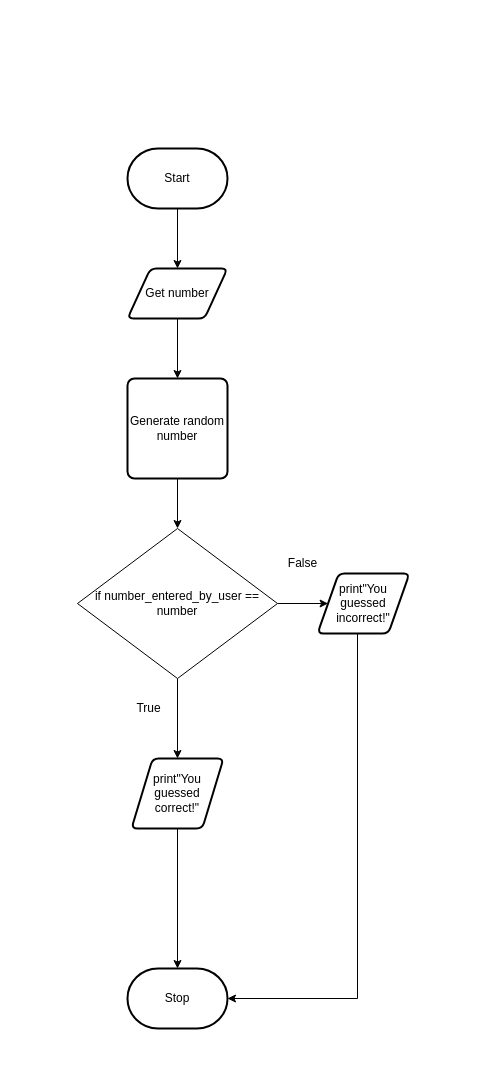
michael-clermont1/ICS3U-Unit3-06-Python keeps this draw.io diagram as flowchart.drawio. Above is the earlier version. Source tidied: cells renumbered, new cells numbered last; positions are measured from the earlier drawing's top-left corner, leaving out a move shared by most shapes. Both pictures are drawn from the tidied source at 100%, with x=0, y=0 at pixel (77, 148).
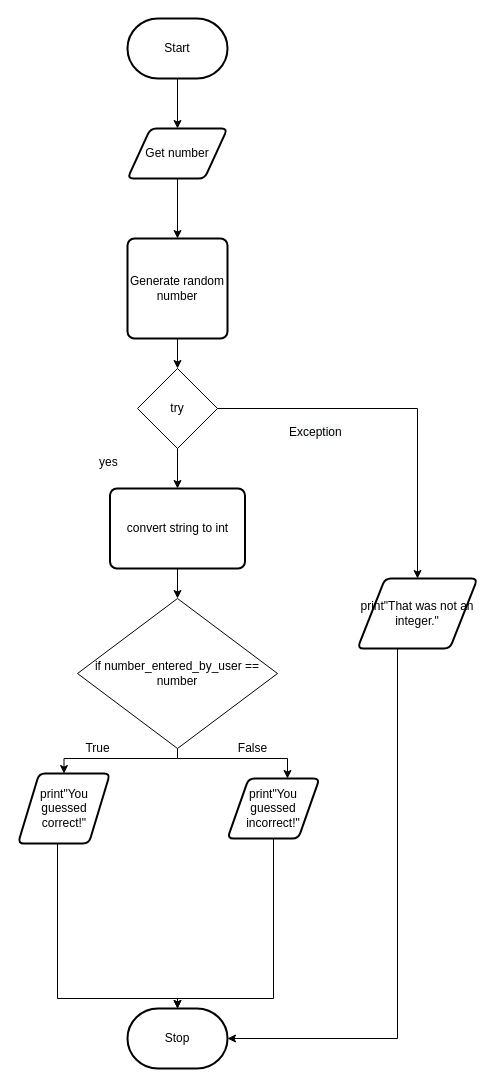
The same page after the edit.

The edit, as a diff of the source:
```diff
@@
     <mxCell id="3" value="Get number" style="shape=parallelogram;html=1;strokeWidth=2;perimeter=parallelogramPerimeter;whiteSpace=wrap;rounded=1;arcSize=12;size=0.23;" parent="1" vertex="1">
-      <mxGeometry x="50" y="120" width="100" height="50" as="geometry" />
+      <mxGeometry x="50" y="-20" width="100" height="50" as="geometry" />
     </mxCell>
-    <mxCell id="4" style="edgeStyle=orthogonalEdgeStyle;rounded=0;html=1;entryX=0.5;entryY=0;entryDx=0;entryDy=0;" parent="1" edge="1" source="5" target="3">
+    <mxCell id="4" style="edgeStyle=none;html=1;entryX=0.5;entryY=0;entryDx=0;entryDy=0;" parent="1" edge="1" source="5" target="3">
       <mxGeometry relative="1" as="geometry" />
     </mxCell>
     <mxCell id="5" value="Start" style="strokeWidth=2;html=1;shape=mxgraph.flowchart.terminator;whiteSpace=wrap;" parent="1" vertex="1">
-      <mxGeometry x="50" width="100" height="60" as="geometry" />
+      <mxGeometry x="50" y="-130" width="100" height="60" as="geometry" />
     </mxCell>
     <mxCell id="6" value="Stop" style="strokeWidth=2;html=1;shape=mxgraph.flowchart.terminator;whiteSpace=wrap;" parent="1" vertex="1">
-      <mxGeometry x="50" y="820" width="100" height="60" as="geometry" />
+      <mxGeometry x="50" y="860" width="100" height="60" as="geometry" />
     </mxCell>
     <mxCell id="7" style="edgeStyle=orthogonalEdgeStyle;rounded=0;html=1;entryX=0.5;entryY=0;entryDx=0;entryDy=0;entryPerimeter=0;" parent="1" edge="1" source="8" target="6">
-      <mxGeometry relative="1" as="geometry" />
+      <mxGeometry relative="1" as="geometry">
+        <Array as="points">
+          <mxPoint x="-20" y="850" />
+          <mxPoint x="100" y="850" />
+        </Array>
+      </mxGeometry>
     </mxCell>
     <mxCell id="8" value="print&quot;You guessed correct!&quot;" style="shape=parallelogram;html=1;strokeWidth=2;perimeter=parallelogramPerimeter;whiteSpace=wrap;rounded=1;arcSize=12;size=0.23;" parent="1" vertex="1">
-      <mxGeometry x="54" y="610" width="92" height="70" as="geometry" />
+      <mxGeometry x="-59.5" y="625" width="92" height="70" as="geometry" />
     </mxCell>
-    <mxCell id="9" style="edgeStyle=orthogonalEdgeStyle;rounded=0;html=1;entryX=1;entryY=0.5;entryDx=0;entryDy=0;entryPerimeter=0;" parent="1" edge="1" source="10" target="6">
+    <mxCell id="9" style="edgeStyle=orthogonalEdgeStyle;rounded=0;html=1;entryX=0.5;entryY=0;entryDx=0;entryDy=0;entryPerimeter=0;" parent="1" edge="1" source="10" target="6">
       <mxGeometry relative="1" as="geometry">
         <Array as="points">
-          <mxPoint x="280" y="850" />
+          <mxPoint x="196" y="850" />
+          <mxPoint x="100" y="850" />
         </Array>
       </mxGeometry>
     </mxCell>
     <mxCell id="10" value="print&quot;You guessed incorrect!&quot;" style="shape=parallelogram;html=1;strokeWidth=2;perimeter=parallelogramPerimeter;whiteSpace=wrap;rounded=1;arcSize=12;size=0.23;" parent="1" vertex="1">
-      <mxGeometry x="240" y="425" width="92" height="60" as="geometry" />
+      <mxGeometry x="150" y="630" width="92" height="60" as="geometry" />
     </mxCell>
-    <mxCell id="11" style="edgeStyle=none;html=1;entryX=0.5;entryY=0;entryDx=0;entryDy=0;" parent="1" edge="1" source="13" target="8">
-      <mxGeometry relative="1" as="geometry" />
+    <mxCell id="11" style="edgeStyle=orthogonalEdgeStyle;rounded=0;html=1;entryX=0.5;entryY=0;entryDx=0;entryDy=0;" parent="1" edge="1" source="13" target="8">
+      <mxGeometry relative="1" as="geometry">
+        <Array as="points">
+          <mxPoint x="100" y="610" />
+          <mxPoint x="-13" y="610" />
+        </Array>
+      </mxGeometry>
     </mxCell>
-    <mxCell id="12" style="edgeStyle=orthogonalEdgeStyle;html=1;entryX=0;entryY=0.5;entryDx=0;entryDy=0;" parent="1" edge="1" source="13" target="10">
-      <mxGeometry relative="1" as="geometry" />
+    <mxCell id="12" style="edgeStyle=orthogonalEdgeStyle;rounded=0;html=1;entryX=0.652;entryY=0;entryDx=0;entryDy=0;entryPerimeter=0;" parent="1" edge="1" source="13" target="10">
+      <mxGeometry relative="1" as="geometry">
+        <Array as="points">
+          <mxPoint x="100" y="610" />
+          <mxPoint x="210" y="610" />
+        </Array>
+      </mxGeometry>
     </mxCell>
-    <mxCell id="13" value="&lt;span&gt;if number_entered_by_user == number&lt;/span&gt;" style="rhombus;whiteSpace=wrap;html=1;" parent="1" vertex="1">
-      <mxGeometry y="380" width="200" height="150" as="geometry" />
+    <mxCell id="13" value="&lt;span&gt;if number_entered_by_user == number&lt;/span&gt;" style="rhombus;whiteSpace=wrap;html=1;direction=west;" parent="1" vertex="1">
+      <mxGeometry y="450" width="200" height="150" as="geometry" />
     </mxCell>
+    <mxCell id="15" value="True" style="text;html=1;align=center;verticalAlign=middle;fillColor=none;strokeColor=none;rounded=0;" parent="1" vertex="1">
+      <mxGeometry y="590" width="40" height="20" as="geometry" />
+    </mxCell>
+    <mxCell id="18" style="edgeStyle=orthogonalEdgeStyle;rounded=0;html=1;entryX=0.5;entryY=0;entryDx=0;entryDy=0;" parent="1" edge="1" source="17" target="21">
+      <mxGeometry relative="1" as="geometry" />
+    </mxCell>
+    <mxCell id="17" value="Generate random number" style="rounded=1;whiteSpace=wrap;html=1;absoluteArcSize=1;arcSize=14;strokeWidth=2;" parent="1" vertex="1">
+      <mxGeometry x="50" y="90" width="100" height="100" as="geometry" />
+    </mxCell>
+    <mxCell id="19" style="edgeStyle=orthogonalEdgeStyle;html=1;entryX=0.5;entryY=0;entryDx=0;entryDy=0;rounded=0;" parent="1" edge="1" source="21" target="25">
+      <mxGeometry relative="1" as="geometry" />
+    </mxCell>
+    <mxCell id="20" style="edgeStyle=orthogonalEdgeStyle;rounded=0;html=1;exitX=0.5;exitY=1;exitDx=0;exitDy=0;entryX=0.5;entryY=0;entryDx=0;entryDy=0;" parent="1" edge="1" source="21" target="27">
+      <mxGeometry relative="1" as="geometry" />
+    </mxCell>
+    <mxCell id="21" value="try" style="rhombus;whiteSpace=wrap;html=1;" parent="1" vertex="1">
+      <mxGeometry x="60" y="220" width="80" height="80" as="geometry" />
+    </mxCell>
+    <mxCell id="22" value="&lt;div style=&quot;text-align: center&quot;&gt;&lt;span&gt;&lt;font face=&quot;helvetica&quot;&gt;yes&lt;/font&gt;&lt;/span&gt;&lt;/div&gt;" style="text;whiteSpace=wrap;html=1;" parent="1" vertex="1">
+      <mxGeometry x="20" y="300" width="50" height="30" as="geometry" />
+    </mxCell>
+    <mxCell id="23" value="&lt;span style=&quot;color: rgb(0 , 0 , 0) ; font-family: &amp;#34;helvetica&amp;#34; ; font-size: 12px ; font-style: normal ; font-weight: 400 ; letter-spacing: normal ; text-align: center ; text-indent: 0px ; text-transform: none ; word-spacing: 0px ; background-color: rgb(248 , 249 , 250) ; display: inline ; float: none&quot;&gt;Exception&lt;/span&gt;" style="text;whiteSpace=wrap;html=1;" parent="1" vertex="1">
+      <mxGeometry x="210" y="270" width="50" height="30" as="geometry" />
+    </mxCell>
+    <mxCell id="24" style="edgeStyle=orthogonalEdgeStyle;rounded=0;html=1;entryX=1;entryY=0.5;entryDx=0;entryDy=0;entryPerimeter=0;" parent="1" edge="1" source="25" target="6">
+      <mxGeometry relative="1" as="geometry">
+        <Array as="points">
+          <mxPoint x="320" y="890" />
+        </Array>
+      </mxGeometry>
+    </mxCell>
+    <mxCell id="25" value="print&quot;That was not an integer.&quot;" style="shape=parallelogram;html=1;strokeWidth=2;perimeter=parallelogramPerimeter;whiteSpace=wrap;rounded=1;arcSize=12;size=0.23;" parent="1" vertex="1">
+      <mxGeometry x="280" y="430" width="120" height="70" as="geometry" />
+    </mxCell>
     <mxCell id="14" value="False" style="text;html=1;align=center;verticalAlign=middle;fillColor=none;strokeColor=none;rounded=0;" parent="1" vertex="1">
-      <mxGeometry x="200" y="405" width="50" height="20" as="geometry" />
+      <mxGeometry x="150" y="590" width="50" height="20" as="geometry" />
     </mxCell>
-    <mxCell id="15" value="True" style="text;html=1;align=center;verticalAlign=middle;fillColor=none;strokeColor=none;rounded=0;" parent="1" vertex="1">
-      <mxGeometry x="51" y="550" width="40" height="20" as="geometry" />
-    </mxCell>
-    <mxCell id="16" style="edgeStyle=orthogonalEdgeStyle;rounded=0;html=1;entryX=0.5;entryY=0;entryDx=0;entryDy=0;" parent="1" edge="1" source="17" target="13">
-      <mxGeometry relative="1" as="geometry" />
-    </mxCell>
-    <mxCell id="17" value="Generate random number" style="rounded=1;whiteSpace=wrap;html=1;absoluteArcSize=1;arcSize=14;strokeWidth=2;" parent="1" vertex="1">
-      <mxGeometry x="50" y="230" width="100" height="100" as="geometry" />
-    </mxCell>
+    <mxCell id="26" style="edgeStyle=orthogonalEdgeStyle;rounded=0;html=1;entryX=0.5;entryY=1;entryDx=0;entryDy=0;" parent="1" edge="1" source="27" target="13">
+      <mxGeometry relative="1" as="geometry" />
+    </mxCell>
+    <mxCell id="27" value="convert string to int" style="rounded=1;whiteSpace=wrap;html=1;absoluteArcSize=1;arcSize=14;strokeWidth=2;" parent="1" vertex="1">
+      <mxGeometry x="32.5" y="340" width="135" height="80" as="geometry" />
+    </mxCell>
```
